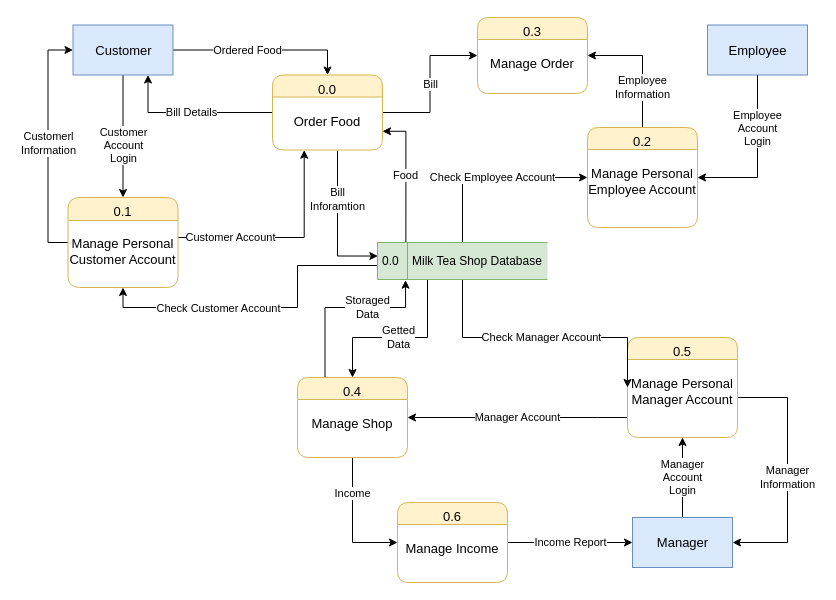
Before: page "Level 0" (2 of 8) of document/data flow/dfd.drawio in daomtthuan/do-an, a draw.io diagram. Source tidied: cells renumbered, new cells numbered last; positions are measured from the earlier drawing's top-left corner, leaving out a move shared by most shapes. Both pictures are drawn from the tidied source at 100%, with x=0, y=0 at pixel (67, 17).
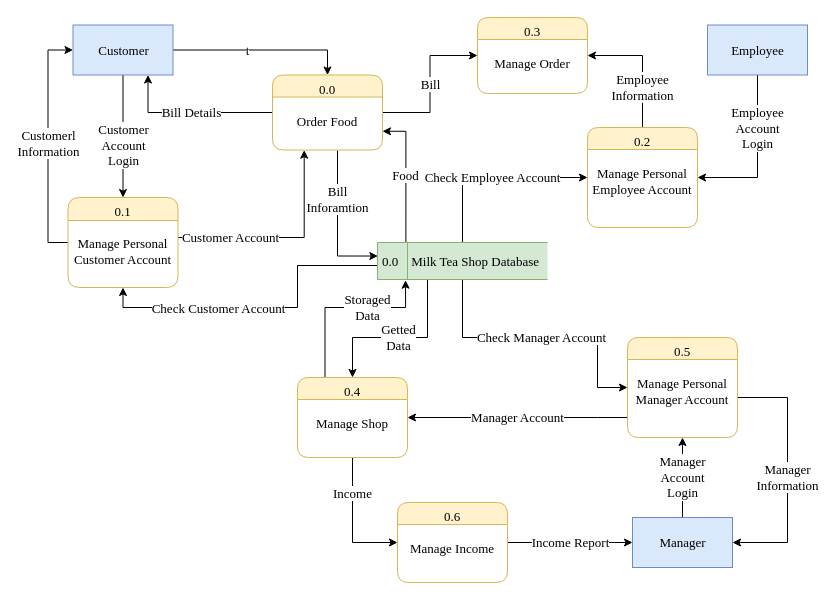
Above is the later version.

Change to the diagram source:
```diff
@@
-    <mxCell id="2" value="Ordered Food" style="edgeStyle=orthogonalEdgeStyle;rounded=0;jettySize=auto;html=1;exitX=1;exitY=0.5;exitDx=0;exitDy=0;entryX=0.5;entryY=0;entryDx=0;entryDy=0;" parent="1" edge="1" source="4" target="12">
+    <mxCell id="2" value="t" style="edgeStyle=orthogonalEdgeStyle;rounded=0;jettySize=auto;html=1;exitX=1;exitY=0.5;exitDx=0;exitDy=0;entryX=0.5;entryY=0;entryDx=0;entryDy=0;fontFamily=Times New Roman;fontSize=13;" parent="1" edge="1" source="4" target="12">
       <mxGeometry x="-0.17" relative="1" as="geometry" />
     </mxCell>
-    <mxCell id="3" value="Customer&lt;br&gt;Account&lt;br&gt;Login" style="edgeStyle=orthogonalEdgeStyle;rounded=0;jettySize=auto;html=1;exitX=0.5;exitY=1;exitDx=0;exitDy=0;entryX=0.5;entryY=0;entryDx=0;entryDy=0;" parent="1" edge="1" source="4" target="15">
+    <mxCell id="3" value="Customer&lt;br style=&quot;font-size: 13px;&quot;&gt;Account&lt;br style=&quot;font-size: 13px;&quot;&gt;Login" style="edgeStyle=orthogonalEdgeStyle;rounded=0;jettySize=auto;html=1;exitX=0.5;exitY=1;exitDx=0;exitDy=0;entryX=0.5;entryY=0;entryDx=0;entryDy=0;fontFamily=Times New Roman;fontSize=13;" parent="1" edge="1" source="4" target="15">
       <mxGeometry x="0.14" relative="1" as="geometry" />
     </mxCell>
-    <mxCell id="4" value="&lt;span style=&quot;font-size: 13px;&quot;&gt;&lt;span style=&quot;font-size: 13px;&quot;&gt;Customer&lt;/span&gt;&lt;/span&gt;" style="html=1;dashed=0;whitespace=wrap;strokeWidth=1;fillColor=#dae8fc;strokeColor=#6c8ebf;fontFamily=Time New Roman;fontSize=13;" parent="1" vertex="1">
+    <mxCell id="4" value="&lt;span style=&quot;font-size: 13px;&quot;&gt;&lt;span style=&quot;font-size: 13px;&quot;&gt;Customer&lt;/span&gt;&lt;/span&gt;" style="html=1;dashed=0;whitespace=wrap;strokeWidth=1;fillColor=#dae8fc;strokeColor=#6c8ebf;fontFamily=Times New Roman;fontSize=13;" parent="1" vertex="1">
       <mxGeometry x="5.5" y="7.5" width="100" height="50" as="geometry" />
     </mxCell>
-    <mxCell id="5" value="Employee&lt;br&gt;Account&lt;br&gt;Login" style="edgeStyle=orthogonalEdgeStyle;rounded=0;jettySize=auto;html=1;exitX=0.5;exitY=1;exitDx=0;exitDy=0;entryX=1;entryY=0.5;entryDx=0;entryDy=0;" parent="1" edge="1" source="6" target="21">
+    <mxCell id="5" value="Employee&lt;br style=&quot;font-size: 13px;&quot;&gt;Account&lt;br style=&quot;font-size: 13px;&quot;&gt;Login" style="edgeStyle=orthogonalEdgeStyle;rounded=0;jettySize=auto;html=1;exitX=0.5;exitY=1;exitDx=0;exitDy=0;entryX=1;entryY=0.5;entryDx=0;entryDy=0;fontFamily=Times New Roman;fontSize=13;" parent="1" edge="1" source="6" target="21">
       <mxGeometry x="-0.35" relative="1" as="geometry" />
     </mxCell>
-    <mxCell id="6" value="&lt;span style=&quot;font-size: 13px;&quot;&gt;&lt;span style=&quot;font-size: 13px;&quot;&gt;Employee&lt;/span&gt;&lt;/span&gt;" style="html=1;dashed=0;whitespace=wrap;strokeWidth=1;fillColor=#dae8fc;strokeColor=#6c8ebf;fontFamily=Time New Roman;fontSize=13;" parent="1" vertex="1">
+    <mxCell id="6" value="&lt;span style=&quot;font-size: 13px;&quot;&gt;&lt;span style=&quot;font-size: 13px;&quot;&gt;Employee&lt;/span&gt;&lt;/span&gt;" style="html=1;dashed=0;whitespace=wrap;strokeWidth=1;fillColor=#dae8fc;strokeColor=#6c8ebf;fontFamily=Times New Roman;fontSize=13;" parent="1" vertex="1">
       <mxGeometry x="640" y="7.5" width="100" height="50" as="geometry" />
     </mxCell>
-    <mxCell id="7" value="Manager&lt;br&gt;Account&lt;br&gt;Login" style="edgeStyle=orthogonalEdgeStyle;rounded=0;jettySize=auto;html=1;entryX=0.5;entryY=1;entryDx=0;entryDy=0;" parent="1" edge="1" source="8" target="26">
+    <mxCell id="7" value="Manager&lt;br style=&quot;font-size: 13px;&quot;&gt;Account&lt;br style=&quot;font-size: 13px;&quot;&gt;Login" style="edgeStyle=orthogonalEdgeStyle;rounded=0;jettySize=auto;html=1;entryX=0.5;entryY=1;entryDx=0;entryDy=0;fontFamily=Times New Roman;fontSize=13;" parent="1" edge="1" source="8" target="26">
       <mxGeometry x="0.25" y="-10" relative="1" as="geometry">
         <Array as="points">
           <mxPoint x="615" y="450" />
           <mxPoint x="615" y="450" />
         </Array>
         <mxPoint x="-10" y="10" as="offset" />
       </mxGeometry>
     </mxCell>
-    <mxCell id="8" value="&lt;span style=&quot;font-size: 13px;&quot;&gt;&lt;span style=&quot;font-size: 13px;&quot;&gt;Manager&lt;/span&gt;&lt;/span&gt;" style="html=1;dashed=0;whitespace=wrap;strokeWidth=1;fillColor=#dae8fc;strokeColor=#6c8ebf;fontFamily=Time New Roman;fontSize=13;" parent="1" vertex="1">
+    <mxCell id="8" value="&lt;span style=&quot;font-size: 13px;&quot;&gt;&lt;span style=&quot;font-size: 13px;&quot;&gt;Manager&lt;/span&gt;&lt;/span&gt;" style="html=1;dashed=0;whitespace=wrap;strokeWidth=1;fillColor=#dae8fc;strokeColor=#6c8ebf;fontFamily=Times New Roman;fontSize=13;" parent="1" vertex="1">
       <mxGeometry x="565" y="500" width="100" height="50" as="geometry" />
     </mxCell>
-    <mxCell id="9" value="Bill" style="edgeStyle=orthogonalEdgeStyle;rounded=0;jettySize=auto;html=1;exitX=1;exitY=0.5;exitDx=0;exitDy=0;entryX=0;entryY=0.5;entryDx=0;entryDy=0;" parent="1" edge="1" source="12" target="16">
+    <mxCell id="9" value="Bill" style="edgeStyle=orthogonalEdgeStyle;rounded=0;jettySize=auto;html=1;exitX=1;exitY=0.5;exitDx=0;exitDy=0;entryX=0;entryY=0.5;entryDx=0;entryDy=0;fontFamily=Times New Roman;fontSize=13;" parent="1" edge="1" source="12" target="16">
       <mxGeometry relative="1" as="geometry" />
     </mxCell>
-    <mxCell id="10" value="Bill&lt;br&gt;Inforamtion" style="edgeStyle=orthogonalEdgeStyle;rounded=0;jettySize=auto;html=1;entryX=0.002;entryY=0.366;entryDx=0;entryDy=0;entryPerimeter=0;" parent="1" edge="1" target="33">
+    <mxCell id="10" value="Bill&lt;br style=&quot;font-size: 13px;&quot;&gt;Inforamtion" style="edgeStyle=orthogonalEdgeStyle;rounded=0;jettySize=auto;html=1;entryX=0.002;entryY=0.366;entryDx=0;entryDy=0;entryPerimeter=0;fontFamily=Times New Roman;fontSize=13;" parent="1" edge="1" target="33">
       <mxGeometry x="-0.33" relative="1" as="geometry">
         <mxPoint x="270" y="133" as="sourcePoint" />
         <Array as="points">
           <mxPoint x="270" y="239" />
         </Array>
       </mxGeometry>
     </mxCell>
-    <mxCell id="11" value="Bill Details" style="edgeStyle=orthogonalEdgeStyle;rounded=0;jettySize=auto;html=1;exitX=0;exitY=0.5;exitDx=0;exitDy=0;entryX=0.75;entryY=1;entryDx=0;entryDy=0;" parent="1" edge="1" source="12" target="4">
+    <mxCell id="11" value="Bill Details" style="edgeStyle=orthogonalEdgeStyle;rounded=0;jettySize=auto;html=1;exitX=0;exitY=0.5;exitDx=0;exitDy=0;entryX=0.75;entryY=1;entryDx=0;entryDy=0;fontFamily=Times New Roman;fontSize=13;" parent="1" edge="1" source="12" target="4">
       <mxGeometry relative="1" as="geometry" />
     </mxCell>
-    <mxCell id="12" value="0.0&#10;&#10;Order Food" style="swimlane;fontStyle=0;horizontal=1;startSize=22;fillColor=#fff2cc;swimlaneFillColor=#ffffff;rounded=1;strokeWidth=1;verticalAlign=top;arcSize=17;labelPosition=center;verticalLabelPosition=middle;align=center;fontFamily=Time New Roman;strokeColor=#d6b656;fontSize=13;" parent="1" vertex="1">
+    <mxCell id="12" value="0.0&#10;&#10;Order Food" style="swimlane;fontStyle=0;horizontal=1;startSize=22;fillColor=#fff2cc;swimlaneFillColor=#ffffff;rounded=1;strokeWidth=1;verticalAlign=top;arcSize=17;labelPosition=center;verticalLabelPosition=middle;align=center;fontFamily=Times New Roman;strokeColor=#d6b656;fontSize=13;" parent="1" vertex="1">
       <mxGeometry x="205" y="57.5" width="110" height="75" as="geometry" />
     </mxCell>
-    <mxCell id="13" value="Customerl&lt;br&gt;Information" style="edgeStyle=orthogonalEdgeStyle;rounded=0;jettySize=auto;html=1;exitX=0;exitY=0.5;exitDx=0;exitDy=0;entryX=0;entryY=0.5;entryDx=0;entryDy=0;" parent="1" edge="1" source="15" target="4">
+    <mxCell id="13" value="Customerl&lt;br style=&quot;font-size: 13px;&quot;&gt;Information" style="edgeStyle=orthogonalEdgeStyle;rounded=0;jettySize=auto;html=1;exitX=0;exitY=0.5;exitDx=0;exitDy=0;entryX=0;entryY=0.5;entryDx=0;entryDy=0;fontFamily=Times New Roman;fontSize=13;" parent="1" edge="1" source="15" target="4">
       <mxGeometry relative="1" as="geometry" />
     </mxCell>
-    <mxCell id="14" value="Customer Account" style="edgeStyle=orthogonalEdgeStyle;rounded=0;orthogonalLoop=1;jettySize=auto;html=1;entryX=0.25;entryY=1;entryDx=0;entryDy=0;" parent="1" edge="1">
+    <mxCell id="14" value="Customer Account" style="edgeStyle=orthogonalEdgeStyle;rounded=0;orthogonalLoop=1;jettySize=auto;html=1;entryX=0.25;entryY=1;entryDx=0;entryDy=0;fontFamily=Times New Roman;fontSize=13;" parent="1" edge="1">
       <mxGeometry x="-0.44" relative="1" as="geometry">
         <mxPoint x="110" y="230" as="sourcePoint" />
         <mxPoint x="236.7" y="132.7" as="targetPoint" />
         <Array as="points">
           <mxPoint x="237" y="220" />
         </Array>
       </mxGeometry>
     </mxCell>
-    <mxCell id="15" value="0.1&#10;&#10;Manage Personal&#10;Customer Account" style="swimlane;fontStyle=0;horizontal=1;startSize=23;fillColor=#fff2cc;swimlaneFillColor=#ffffff;rounded=1;strokeWidth=1;verticalAlign=top;arcSize=17;labelPosition=center;verticalLabelPosition=middle;align=center;fontFamily=Time New Roman;strokeColor=#d6b656;fontSize=13;" parent="1" vertex="1">
+    <mxCell id="15" value="0.1&#10;&#10;Manage Personal&#10;Customer Account" style="swimlane;fontStyle=0;horizontal=1;startSize=23;fillColor=#fff2cc;swimlaneFillColor=#ffffff;rounded=1;strokeWidth=1;verticalAlign=top;arcSize=17;labelPosition=center;verticalLabelPosition=middle;align=center;fontFamily=Times New Roman;strokeColor=#d6b656;fontSize=13;" parent="1" vertex="1">
       <mxGeometry x="0.5" y="180" width="110" height="90" as="geometry" />
     </mxCell>
-    <mxCell id="16" value="0.3&#10;&#10;Manage Order" style="swimlane;fontStyle=0;horizontal=1;startSize=22;fillColor=#fff2cc;swimlaneFillColor=#ffffff;rounded=1;strokeWidth=1;verticalAlign=top;arcSize=17;labelPosition=center;verticalLabelPosition=middle;align=center;fontFamily=Time New Roman;strokeColor=#d6b656;fontSize=13;" parent="1" vertex="1">
+    <mxCell id="16" value="0.3&#10;&#10;Manage Order" style="swimlane;fontStyle=0;horizontal=1;startSize=22;fillColor=#fff2cc;swimlaneFillColor=#ffffff;rounded=1;strokeWidth=1;verticalAlign=top;arcSize=17;labelPosition=center;verticalLabelPosition=middle;align=center;fontFamily=Times New Roman;strokeColor=#d6b656;fontSize=13;" parent="1" vertex="1">
       <mxGeometry x="410" width="110" height="76" as="geometry" />
     </mxCell>
-    <mxCell id="17" value="Income" style="edgeStyle=orthogonalEdgeStyle;rounded=0;jettySize=auto;html=1;entryX=0;entryY=0.5;entryDx=0;entryDy=0;exitX=0.5;exitY=1;exitDx=0;exitDy=0;" parent="1" edge="1" source="19" target="23">
+    <mxCell id="17" value="Income" style="edgeStyle=orthogonalEdgeStyle;rounded=0;jettySize=auto;html=1;entryX=0;entryY=0.5;entryDx=0;entryDy=0;exitX=0.5;exitY=1;exitDx=0;exitDy=0;fontFamily=Times New Roman;fontSize=13;" parent="1" edge="1" source="19" target="23">
       <mxGeometry x="-0.45" relative="1" as="geometry" />
     </mxCell>
-    <mxCell id="18" value="Storaged&lt;br&gt;Data" style="edgeStyle=orthogonalEdgeStyle;rounded=0;jettySize=auto;html=1;exitX=0.25;exitY=0;exitDx=0;exitDy=0;entryX=0.165;entryY=1.019;entryDx=0;entryDy=0;entryPerimeter=0;" parent="1" edge="1" source="19" target="33">
+    <mxCell id="18" value="Storaged&lt;br style=&quot;font-size: 13px;&quot;&gt;Data" style="edgeStyle=orthogonalEdgeStyle;rounded=0;jettySize=auto;html=1;exitX=0.25;exitY=0;exitDx=0;exitDy=0;entryX=0.165;entryY=1.019;entryDx=0;entryDy=0;entryPerimeter=0;fontFamily=Times New Roman;fontSize=13;" parent="1" edge="1" source="19" target="33">
       <mxGeometry x="0.26" relative="1" as="geometry">
         <Array as="points">
           <mxPoint x="257" y="290" />
           <mxPoint x="338" y="290" />
         </Array>
       </mxGeometry>
     </mxCell>
-    <mxCell id="19" value="0.4&#10;&#10;Manage Shop" style="swimlane;fontStyle=0;horizontal=1;startSize=22;fillColor=#fff2cc;swimlaneFillColor=#ffffff;rounded=1;strokeWidth=1;verticalAlign=top;arcSize=17;labelPosition=center;verticalLabelPosition=middle;align=center;fontFamily=Time New Roman;strokeColor=#d6b656;fontSize=13;" parent="1" vertex="1">
+    <mxCell id="19" value="0.4&#10;&#10;Manage Shop" style="swimlane;fontStyle=0;horizontal=1;startSize=22;fillColor=#fff2cc;swimlaneFillColor=#ffffff;rounded=1;strokeWidth=1;verticalAlign=top;arcSize=17;labelPosition=center;verticalLabelPosition=middle;align=center;fontFamily=Times New Roman;strokeColor=#d6b656;fontSize=13;" parent="1" vertex="1">
       <mxGeometry x="230" y="360" width="110" height="80" as="geometry" />
     </mxCell>
-    <mxCell id="20" value="Employee&lt;br&gt;Information" style="edgeStyle=orthogonalEdgeStyle;rounded=0;jettySize=auto;html=1;entryX=1;entryY=0.5;entryDx=0;entryDy=0;" parent="1" edge="1" source="21" target="16">
+    <mxCell id="20" value="Employee&lt;br style=&quot;font-size: 13px;&quot;&gt;Information" style="edgeStyle=orthogonalEdgeStyle;rounded=0;jettySize=auto;html=1;entryX=1;entryY=0.5;entryDx=0;entryDy=0;fontFamily=Times New Roman;fontSize=13;" parent="1" edge="1" source="21" target="16">
       <mxGeometry x="-0.37" relative="1" as="geometry" />
     </mxCell>
-    <mxCell id="21" value="0.2&#10;&#10;Manage Personal&#10;Employee Account" style="swimlane;fontStyle=0;horizontal=1;startSize=22;fillColor=#fff2cc;swimlaneFillColor=#ffffff;rounded=1;strokeWidth=1;verticalAlign=top;arcSize=17;labelPosition=center;verticalLabelPosition=middle;align=center;fontFamily=Time New Roman;strokeColor=#d6b656;fontSize=13;" parent="1" vertex="1">
+    <mxCell id="21" value="0.2&#10;&#10;Manage Personal&#10;Employee Account" style="swimlane;fontStyle=0;horizontal=1;startSize=22;fillColor=#fff2cc;swimlaneFillColor=#ffffff;rounded=1;strokeWidth=1;verticalAlign=top;arcSize=17;labelPosition=center;verticalLabelPosition=middle;align=center;fontFamily=Times New Roman;strokeColor=#d6b656;fontSize=13;" parent="1" vertex="1">
       <mxGeometry x="520" y="110" width="110" height="100" as="geometry" />
     </mxCell>
-    <mxCell id="22" value="Income Report" style="edgeStyle=orthogonalEdgeStyle;rounded=0;jettySize=auto;html=1;entryX=0;entryY=0.5;entryDx=0;entryDy=0;" parent="1" edge="1" source="23" target="8">
+    <mxCell id="22" value="Income Report" style="edgeStyle=orthogonalEdgeStyle;rounded=0;jettySize=auto;html=1;entryX=0;entryY=0.5;entryDx=0;entryDy=0;fontFamily=Times New Roman;fontSize=13;" parent="1" edge="1" source="23" target="8">
       <mxGeometry relative="1" as="geometry" />
     </mxCell>
-    <mxCell id="23" value="0.6&#10;&#10;Manage Income" style="swimlane;fontStyle=0;horizontal=1;startSize=22;fillColor=#fff2cc;swimlaneFillColor=#ffffff;rounded=1;strokeWidth=1;verticalAlign=top;arcSize=17;labelPosition=center;verticalLabelPosition=middle;align=center;fontFamily=Time New Roman;strokeColor=#d6b656;fontSize=13;" parent="1" vertex="1">
+    <mxCell id="23" value="0.6&#10;&#10;Manage Income" style="swimlane;fontStyle=0;horizontal=1;startSize=22;fillColor=#fff2cc;swimlaneFillColor=#ffffff;rounded=1;strokeWidth=1;verticalAlign=top;arcSize=17;labelPosition=center;verticalLabelPosition=middle;align=center;fontFamily=Times New Roman;strokeColor=#d6b656;fontSize=13;" parent="1" vertex="1">
       <mxGeometry x="330" y="485" width="110" height="80" as="geometry" />
     </mxCell>
-    <mxCell id="24" value="Manager&lt;br&gt;Information" style="edgeStyle=orthogonalEdgeStyle;rounded=0;jettySize=auto;html=1;entryX=1;entryY=0.5;entryDx=0;entryDy=0;exitX=1;exitY=0.5;exitDx=0;exitDy=0;" parent="1" edge="1" source="26" target="8">
+    <mxCell id="24" value="Manager&lt;br style=&quot;font-size: 13px;&quot;&gt;Information" style="edgeStyle=orthogonalEdgeStyle;rounded=0;jettySize=auto;html=1;entryX=1;entryY=0.5;entryDx=0;entryDy=0;exitX=1;exitY=0.5;exitDx=0;exitDy=0;fontFamily=Times New Roman;fontSize=13;" parent="1" edge="1" source="26" target="8">
       <mxGeometry x="0.08" relative="1" as="geometry">
         <Array as="points">
           <mxPoint x="670" y="380" />
           <mxPoint x="720" y="380" />
           <mxPoint x="720" y="525" />
         </Array>
       </mxGeometry>
     </mxCell>
-    <mxCell id="25" value="Manager Account" style="edgeStyle=orthogonalEdgeStyle;rounded=0;jettySize=auto;html=1;entryX=1;entryY=0.5;entryDx=0;entryDy=0;" parent="1" edge="1" source="26" target="19">
+    <mxCell id="25" value="Manager Account" style="edgeStyle=orthogonalEdgeStyle;rounded=0;jettySize=auto;html=1;entryX=1;entryY=0.5;entryDx=0;entryDy=0;fontFamily=Times New Roman;fontSize=13;" parent="1" edge="1" source="26" target="19">
       <mxGeometry relative="1" as="geometry">
         <Array as="points">
           <mxPoint x="530" y="400" />
           <mxPoint x="530" y="400" />
         </Array>
       </mxGeometry>
     </mxCell>
-    <mxCell id="26" value="0.5&#10;&#10;Manage Personal&#10;Manager Account" style="swimlane;fontStyle=0;horizontal=1;startSize=22;fillColor=#fff2cc;swimlaneFillColor=#ffffff;rounded=1;strokeWidth=1;verticalAlign=top;arcSize=17;labelPosition=center;verticalLabelPosition=middle;align=center;fontFamily=Time New Roman;strokeColor=#d6b656;fontSize=13;" parent="1" vertex="1">
+    <mxCell id="26" value="0.5&#10;&#10;Manage Personal&#10;Manager Account" style="swimlane;fontStyle=0;horizontal=1;startSize=22;fillColor=#fff2cc;swimlaneFillColor=#ffffff;rounded=1;strokeWidth=1;verticalAlign=top;arcSize=17;labelPosition=center;verticalLabelPosition=middle;align=center;fontFamily=Times New Roman;strokeColor=#d6b656;fontSize=13;" parent="1" vertex="1">
       <mxGeometry x="560" y="320" width="110" height="100" as="geometry" />
     </mxCell>
-    <mxCell id="27" value="Food" style="edgeStyle=orthogonalEdgeStyle;rounded=0;jettySize=auto;html=1;entryX=1;entryY=0.75;entryDx=0;entryDy=0;exitX=0.167;exitY=-0.009;exitDx=0;exitDy=0;exitPerimeter=0;" parent="1" edge="1" source="33" target="12">
+    <mxCell id="27" value="Food" style="edgeStyle=orthogonalEdgeStyle;rounded=0;jettySize=auto;html=1;entryX=1;entryY=0.75;entryDx=0;entryDy=0;exitX=0.167;exitY=-0.009;exitDx=0;exitDy=0;exitPerimeter=0;fontFamily=Times New Roman;fontSize=13;" parent="1" edge="1" source="33" target="12">
       <mxGeometry relative="1" as="geometry" />
     </mxCell>
-    <mxCell id="28" style="edgeStyle=orthogonalEdgeStyle;rounded=0;jettySize=auto;html=1;entryX=0.5;entryY=1;entryDx=0;entryDy=0;" parent="1" edge="1" target="15">
+    <mxCell id="28" style="edgeStyle=orthogonalEdgeStyle;rounded=0;jettySize=auto;html=1;entryX=0.5;entryY=1;entryDx=0;entryDy=0;fontFamily=Times New Roman;fontSize=13;" parent="1" edge="1" target="15">
       <mxGeometry relative="1" as="geometry">
         <mxPoint x="310" y="248" as="sourcePoint" />
         <Array as="points">
           <mxPoint x="230" y="248" />
           <mxPoint x="230" y="290" />
           <mxPoint x="55" y="290" />
         </Array>
       </mxGeometry>
     </mxCell>
-    <mxCell id="29" value="&lt;span style=&quot;font-size: 11px&quot;&gt;Check Customer Account&lt;/span&gt;" style="text;html=1;align=center;verticalAlign=middle;labelBackgroundColor=#ffffff;" parent="28" vertex="1">
+    <mxCell id="29" value="&lt;span style=&quot;font-size: 13px;&quot;&gt;Check Customer Account&lt;/span&gt;" style="text;html=1;align=center;verticalAlign=middle;labelBackgroundColor=#ffffff;fontFamily=Times New Roman;fontSize=13;" parent="28" vertex="1">
       <mxGeometry x="0.06" relative="1" as="geometry">
         <mxPoint x="-33.5" as="offset" />
       </mxGeometry>
     </mxCell>
-    <mxCell id="30" value="Check Employee Account" style="edgeStyle=orthogonalEdgeStyle;rounded=0;jettySize=auto;html=1;entryX=0;entryY=0.5;entryDx=0;entryDy=0;exitX=0.5;exitY=0;exitDx=0;exitDy=0;" parent="1" edge="1" source="33" target="21">
+    <mxCell id="30" value="Check Employee Account" style="edgeStyle=orthogonalEdgeStyle;rounded=0;jettySize=auto;html=1;entryX=0;entryY=0.5;entryDx=0;entryDy=0;exitX=0.5;exitY=0;exitDx=0;exitDy=0;fontFamily=Times New Roman;fontSize=13;" parent="1" edge="1" source="33" target="21">
       <mxGeometry relative="1" as="geometry" />
     </mxCell>
-    <mxCell id="31" value="Check Manager Account" style="edgeStyle=orthogonalEdgeStyle;rounded=0;jettySize=auto;html=1;exitX=0.5;exitY=1;exitDx=0;exitDy=0;entryX=0;entryY=0.5;entryDx=0;entryDy=0;" parent="1" edge="1" source="33" target="26">
+    <mxCell id="31" value="Check Manager Account" style="edgeStyle=orthogonalEdgeStyle;rounded=0;jettySize=auto;html=1;exitX=0.5;exitY=1;exitDx=0;exitDy=0;entryX=0;entryY=0.5;entryDx=0;entryDy=0;fontFamily=Times New Roman;fontSize=13;" parent="1" edge="1" source="33" target="26">
       <mxGeometry relative="1" as="geometry">
         <Array as="points">
           <mxPoint x="395" y="320" />
+          <mxPoint x="530" y="320" />
+          <mxPoint x="530" y="370" />
         </Array>
       </mxGeometry>
     </mxCell>
-    <mxCell id="32" value="Getted&lt;br&gt;Data" style="edgeStyle=orthogonalEdgeStyle;rounded=0;jettySize=auto;html=1;entryX=0.5;entryY=0;entryDx=0;entryDy=0;" parent="1" edge="1" source="33" target="19">
+    <mxCell id="32" value="Getted&lt;br style=&quot;font-size: 13px;&quot;&gt;Data" style="edgeStyle=orthogonalEdgeStyle;rounded=0;jettySize=auto;html=1;entryX=0.5;entryY=0;entryDx=0;entryDy=0;fontFamily=Times New Roman;fontSize=13;" parent="1" edge="1" source="33" target="19">
       <mxGeometry relative="1" as="geometry">
         <Array as="points">
           <mxPoint x="360" y="320" />
           <mxPoint x="285" y="320" />
         </Array>
       </mxGeometry>
     </mxCell>
-    <mxCell id="33" value="0.0&amp;nbsp; &amp;nbsp; Milk Tea Shop Database" style="html=1;dashed=0;whitespace=wrap;shape=mxgraph.dfd.dataStoreID;align=left;spacingLeft=3;points=[[0,0],[0.5,0],[1,0],[0,0.5],[1,0.5],[0,1],[0.5,1],[1,1]];fillColor=#d5e8d4;strokeColor=#82b366;" parent="1" vertex="1">
+    <mxCell id="33" value="0.0&amp;nbsp; &amp;nbsp; Milk Tea Shop Database" style="html=1;dashed=0;whitespace=wrap;shape=mxgraph.dfd.dataStoreID;align=left;spacingLeft=3;points=[[0,0],[0.5,0],[1,0],[0,0.5],[1,0.5],[0,1],[0.5,1],[1,1]];fillColor=#d5e8d4;strokeColor=#82b366;fontFamily=Times New Roman;fontSize=13;" parent="1" vertex="1">
       <mxGeometry x="310" y="225" width="170" height="37" as="geometry" />
     </mxCell>
```
